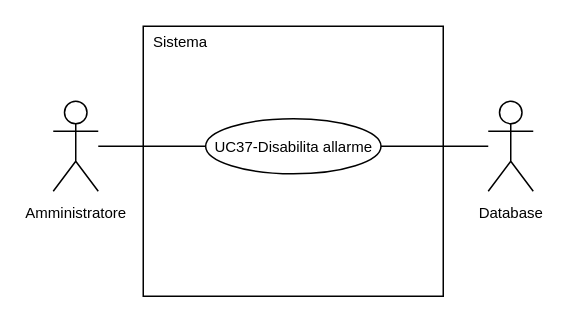
This is 2-RTB/Documenti_esterni/Analisi_dei_requisiti/draw.io/UC37.drawio from SnakeByteTeam/snakebyteteam.github.io, a draw.io file, before an edit. Source tidied: cells renumbered, new cells numbered last; positions are measured from the earlier drawing's top-left corner, leaving out a move shared by most shapes. Both pictures are drawn from the tidied source at 150%, with x=0, y=0 at pixel (52, 26).
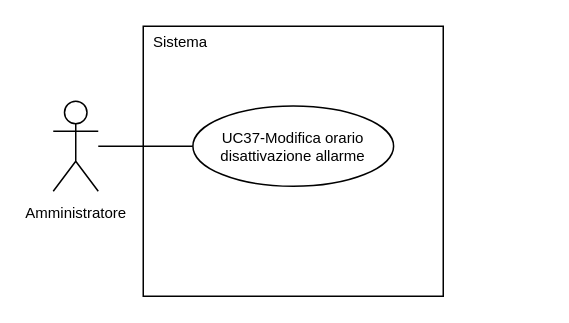
The same page after the edit.

The edit, as a diff of the source:
```diff
@@
 <mxGraphModel>
   <root>
     <mxCell id="0" />
     <mxCell id="1" parent="0" />
     <mxCell id="2" value="&lt;font style=&quot;font-size: 10px; line-height: 100%;&quot;&gt;Amministratore&lt;/font&gt;" style="shape=umlActor;verticalLabelPosition=bottom;verticalAlign=top;html=1;outlineConnect=0;" parent="1" vertex="1">
       <mxGeometry y="50" width="30" height="60" as="geometry" />
     </mxCell>
     <mxCell id="3" style="rounded=0;whiteSpace=wrap;html=1;" parent="1" vertex="1">
       <mxGeometry x="60" width="200" height="180" as="geometry" />
     </mxCell>
     <mxCell id="4" style="edgeStyle=orthogonalEdgeStyle;rounded=0;jettySize=auto;html=1;exitX=0;exitY=0.5;exitDx=0;exitDy=0;endArrow=none;endFill=0;" parent="1" edge="1" source="5" target="2">
       <mxGeometry relative="1" as="geometry" />
     </mxCell>
-    <mxCell id="5" value="&lt;div style=&quot;line-height: 100%;&quot;&gt;&lt;font style=&quot;line-height: 100%; font-size: 10px;&quot;&gt;UC37-Disabilita&amp;nbsp;&lt;/font&gt;&lt;span style=&quot;font-size: 10px; background-color: transparent; color: light-dark(rgb(0, 0, 0), rgb(255, 255, 255));&quot;&gt;allarme&lt;/span&gt;&lt;/div&gt;" style="ellipse;whiteSpace=wrap;html=1;" parent="1" vertex="1">
-      <mxGeometry x="101.6" y="61.6" width="116.9" height="36.8" as="geometry" />
+    <mxCell id="5" value="&lt;div style=&quot;line-height: 100%;&quot;&gt;&lt;font style=&quot;line-height: 100%; font-size: 10px;&quot;&gt;UC37-Modifica orario disattivazione&lt;/font&gt;&lt;span style=&quot;font-size: 10px; background-color: transparent; color: light-dark(rgb(0, 0, 0), rgb(255, 255, 255));&quot;&gt;&amp;nbsp;allarme&lt;/span&gt;&lt;/div&gt;" style="ellipse;whiteSpace=wrap;html=1;" parent="1" vertex="1">
+      <mxGeometry x="93.1" y="53.2" width="133.8" height="53.5" as="geometry" />
     </mxCell>
     <mxCell id="6" value="&lt;font style=&quot;font-size: 10px;&quot;&gt;Sistema&lt;/font&gt;" style="text;html=1;whiteSpace=wrap;strokeColor=none;fillColor=none;align=center;verticalAlign=middle;rounded=0;" parent="1" vertex="1">
       <mxGeometry x="60" width="50" height="20" as="geometry" />
     </mxCell>
-    <mxCell id="7" style="edgeStyle=orthogonalEdgeStyle;rounded=0;jettySize=auto;html=1;endArrow=none;endFill=0;" parent="1" edge="1" source="8" target="5">
-      <mxGeometry relative="1" as="geometry" />
-    </mxCell>
-    <mxCell id="8" value="&lt;font style=&quot;font-size: 10px; line-height: 100%;&quot;&gt;Database&lt;/font&gt;" style="shape=umlActor;verticalLabelPosition=bottom;verticalAlign=top;html=1;outlineConnect=0;" parent="1" vertex="1">
-      <mxGeometry x="290" y="50" width="30" height="60" as="geometry" />
-    </mxCell>
   </root>
 </mxGraphModel>
```
